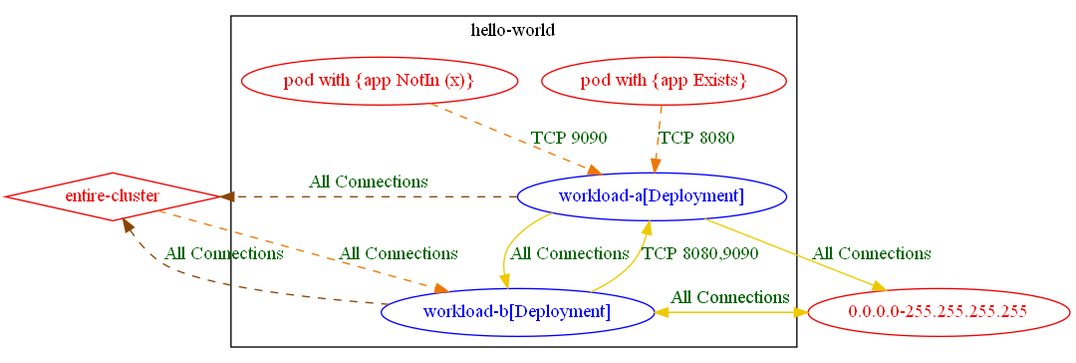
Earlier version of the Graphviz export test_outputs/connlist/exposure_test_exposure_with_different_rules_1_connlist_output.dot.png (np-guard/netpol-analyzer). Its source is kept beside it as test_outputs/connlist/exposure_test_exposure_with_different_rules_1_connlist_output.dot.
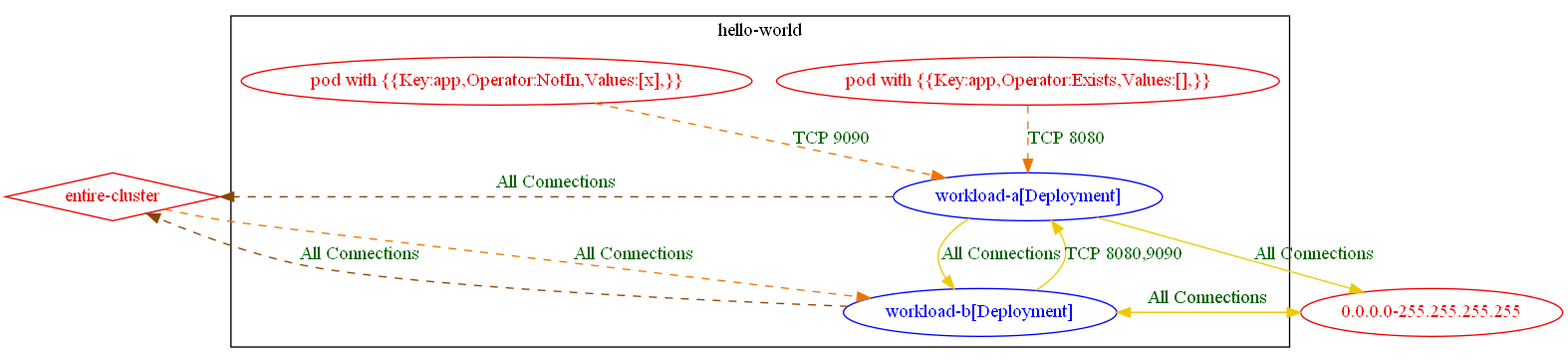
The same diagram one commit later.

The edit, as a diff of the source:
```diff
@@ -4,8 +4,8 @@
 		fontcolor="black"
 		"hello-world/workload-a[Deployment]" [label="workload-a[Deployment]" color="blue" fontcolor="blue"]
 		"hello-world/workload-b[Deployment]" [label="workload-b[Deployment]" color="blue" fontcolor="blue"]
-		"pod with {app Exists}_in_hello-world" [label="pod with {app Exists}" color="red2" fontcolor="red2"]
-		"pod with {app NotIn (x)}_in_hello-world" [label="pod with {app NotIn (x)}" color="red2" fontcolor="red2"]
+		"pod with {{Key:app,Operator:Exists,Values:[],}}_in_hello-world" [label="pod with {{Key:app,Operator:Exists,Values:[],}}" color="red2" fontcolor="red2"]
+		"pod with {{Key:app,Operator:NotIn,Values:[x],}}_in_hello-world" [label="pod with {{Key:app,Operator:NotIn,Values:[x],}}" color="red2" fontcolor="red2"]
 		label="hello-world"
 	}
 	"0.0.0.0-255.255.255.255" [label="0.0.0.0-255.255.255.255" color="red2" fontcolor="red2"]
@@ -18,6 +18,6 @@
 	"hello-world/workload-b[Deployment]" -> "0.0.0.0-255.255.255.255" [label="All Connections" color="gold2" fontcolor="darkgreen"]
 	"hello-world/workload-b[Deployment]" -> "entire-cluster" [label="All Connections" color="darkorange4" fontcolor="darkgreen" weight=0.5 style=dashed]
 	"hello-world/workload-b[Deployment]" -> "hello-world/workload-a[Deployment]" [label="TCP 8080,9090" color="gold2" fontcolor="darkgreen"]
-	"pod with {app Exists}_in_hello-world" -> "hello-world/workload-a[Deployment]" [label="TCP 8080" color="darkorange2" fontcolor="darkgreen" weight=1 style=dashed]
-	"pod with {app NotIn (x)}_in_hello-world" -> "hello-world/workload-a[Deployment]" [label="TCP 9090" color="darkorange2" fontcolor="darkgreen" weight=1 style=dashed]
+	"pod with {{Key:app,Operator:Exists,Values:[],}}_in_hello-world" -> "hello-world/workload-a[Deployment]" [label="TCP 8080" color="darkorange2" fontcolor="darkgreen" weight=1 style=dashed]
+	"pod with {{Key:app,Operator:NotIn,Values:[x],}}_in_hello-world" -> "hello-world/workload-a[Deployment]" [label="TCP 9090" color="darkorange2" fontcolor="darkgreen" weight=1 style=dashed]
 }
```
